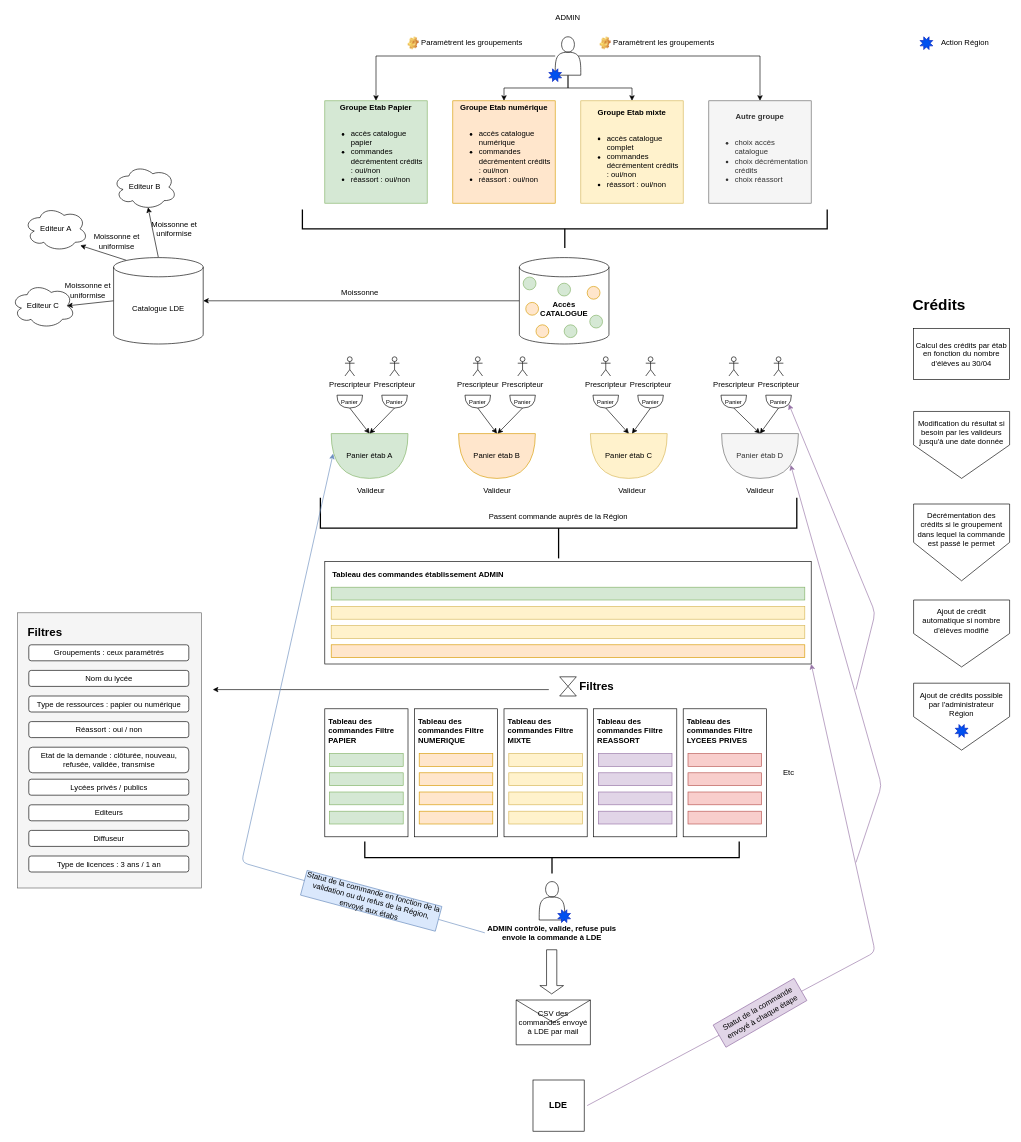
Before: Untitled Diagram.drawio in sarahlachise/projects, a draw.io diagram. Source tidied: cells renumbered, new cells numbered last; positions are measured from the earlier drawing's top-left corner, leaving out a move shared by most shapes. Both pictures are drawn from the tidied source at 64%, with x=0, y=0 at pixel (11, -34).
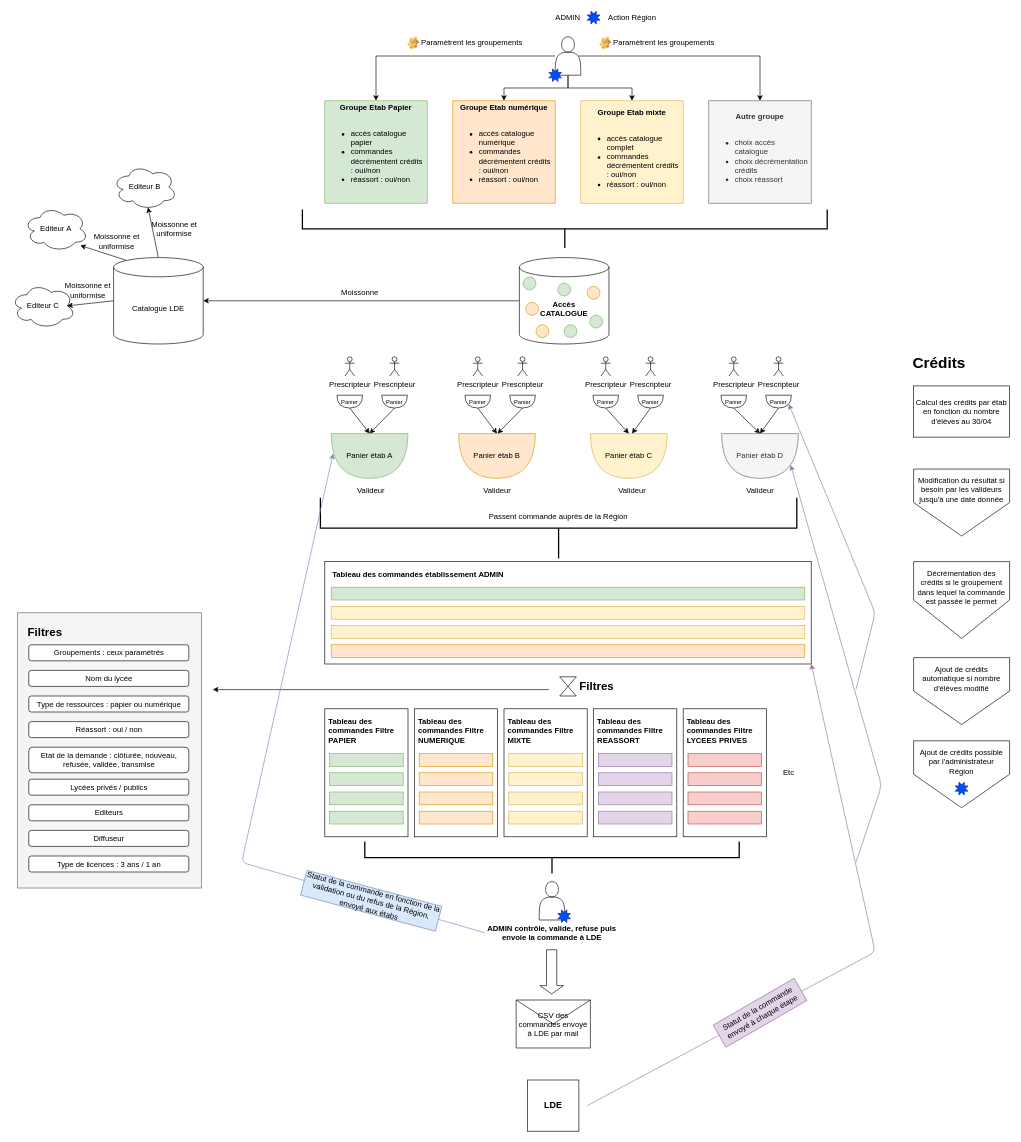
After the change.

What changed in the source:
```diff
@@
     <mxCell id="155" value="CSV des commandes envoyé à LDE par mail" style="shape=message;html=1;whiteSpace=wrap;html=1;gradientColor=none;" parent="1" vertex="1">
-      <mxGeometry x="789" y="1615" width="116" height="70" as="geometry" />
+      <mxGeometry x="789" y="1615" width="116" height="75" as="geometry" />
     </mxCell>
@@
     <mxCell id="167" value="Calcul des crédits par étab en fonction du nombre d'élèves au 30/04" style="rounded=0;whiteSpace=wrap;html=1;gradientColor=none;" parent="1" vertex="1">
-      <mxGeometry x="1410" y="565.5" width="150" height="80" as="geometry" />
+      <mxGeometry x="1410" y="655.5" width="150" height="80" as="geometry" />
     </mxCell>
     <mxCell id="168" value="&lt;font style=&quot;font-size: 24px&quot;&gt;&lt;b&gt;Crédits&lt;/b&gt;&lt;/font&gt;" style="text;html=1;strokeColor=none;fillColor=none;align=center;verticalAlign=middle;whiteSpace=wrap;rounded=0;" parent="1" vertex="1">
-      <mxGeometry x="1425" y="520" width="50" height="20" as="geometry" />
+      <mxGeometry x="1425" y="610" width="50" height="20" as="geometry" />
     </mxCell>
     <mxCell id="169" style="group;" parent="1" vertex="1">
-      <mxGeometry x="1410" y="695.4" width="150" height="104.6" as="geometry" />
+      <mxGeometry x="1410" y="785.4" width="150" height="104.6" as="geometry" />
     </mxCell>
@@
     <mxCell id="172" style="group;" parent="1" vertex="1">
-      <mxGeometry x="1410" y="840" width="150" height="120" as="geometry" />
+      <mxGeometry x="1410" y="930" width="150" height="120" as="geometry" />
     </mxCell>
@@
-    <mxCell id="174" value="Décrémentation des crédits si le groupement dans lequel la commande est passé le permet" style="text;whiteSpace=wrap;html=1;align=center;" parent="172" vertex="1">
+    <mxCell id="174" value="Décrémentation des crédits si le groupement dans lequel la commande est passée le permet" style="text;whiteSpace=wrap;html=1;align=center;" parent="172" vertex="1">
       <mxGeometry x="5" y="5.3" width="140" height="91.8" as="geometry" />
     </mxCell>
     <mxCell id="175" style="group;" parent="1" vertex="1">
-      <mxGeometry x="1410" y="990" width="150" height="104.6" as="geometry" />
+      <mxGeometry x="1410" y="1080" width="150" height="104.6" as="geometry" />
     </mxCell>
@@
-    <mxCell id="177" value="&lt;div align=&quot;center&quot;&gt;Ajout de crédit automatique si nombre d'élèves modifié&lt;br&gt;&lt;/div&gt;" style="text;whiteSpace=wrap;html=1;align=center;" parent="175" vertex="1">
+    <mxCell id="177" value="&lt;div align=&quot;center&quot;&gt;Ajout de crédits automatique si nombre d'élèves modifié&lt;br&gt;&lt;/div&gt;" style="text;whiteSpace=wrap;html=1;align=center;" parent="175" vertex="1">
       <mxGeometry x="5" y="4.6" width="140" height="80" as="geometry" />
     </mxCell>
     <mxCell id="178" style="group;" parent="1" vertex="1">
-      <mxGeometry x="1410" y="1120" width="150" height="104.6" as="geometry" />
+      <mxGeometry x="1410" y="1210" width="150" height="104.6" as="geometry" />
     </mxCell>
@@
     <mxCell id="186" value="&lt;font style=&quot;font-size: 14px&quot;&gt;&lt;b&gt;LDE&lt;/b&gt;&lt;/font&gt;" style="whiteSpace=wrap;html=1;" parent="1" vertex="1">
-      <mxGeometry x="815.3" y="1740" width="80" height="80" as="geometry" />
+      <mxGeometry x="807" y="1740" width="80" height="80" as="geometry" />
     </mxCell>
@@
+    <mxCell id="199" style="group;" parent="1" vertex="1">
+      <mxGeometry x="900" y="70" width="110" height="20" as="geometry" />
+    </mxCell>
-    <mxCell id="197" style="verticalLabelPosition=bottom;verticalAlign=top;html=1;shape=mxgraph.basic.8_point_star;fillColor=#0050ef;strokeColor=#001DBC;fontColor=#ffffff;" parent="1" vertex="1">
-      <mxGeometry x="1420" y="110" width="20" height="20" as="geometry" />
+    <mxCell id="197" style="verticalLabelPosition=bottom;verticalAlign=top;html=1;shape=mxgraph.basic.8_point_star;fillColor=#0050ef;strokeColor=#001DBC;fontColor=#ffffff;" parent="199" vertex="1">
+      <mxGeometry width="20" height="20" as="geometry" />
     </mxCell>
-    <mxCell id="198" value="Action Région" style="text;html=1;strokeColor=none;fillColor=none;align=center;verticalAlign=middle;whiteSpace=wrap;rounded=0;" parent="1" vertex="1">
-      <mxGeometry x="1451" y="110" width="79" height="20" as="geometry" />
+    <mxCell id="198" value="Action Région" style="text;html=1;strokeColor=none;fillColor=none;align=center;verticalAlign=middle;whiteSpace=wrap;rounded=0;" parent="199" vertex="1">
+      <mxGeometry x="31" width="79" height="20" as="geometry" />
     </mxCell>
```
